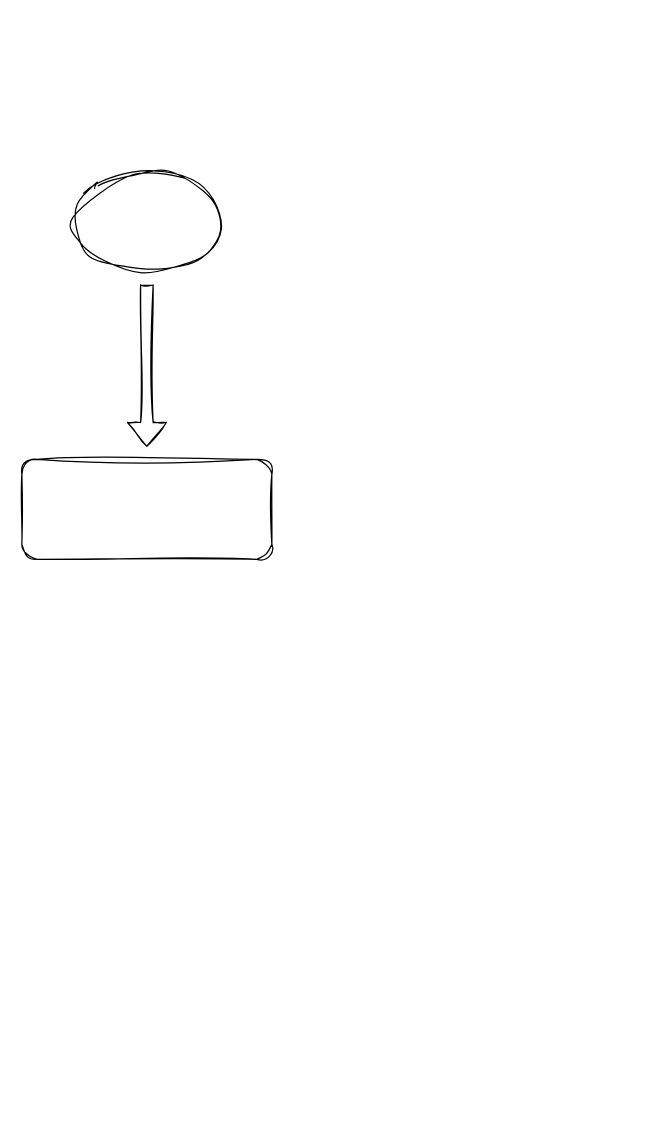
Before: 未命名绘图.drawio in jesseband/drawstash, a draw.io diagram. Source tidied: cells renumbered, new cells numbered last; positions are measured from the earlier drawing's top-left corner, leaving out a move shared by most shapes. Both pictures are drawn from the tidied source at 125%, with x=0, y=0 at pixel (21, 171).
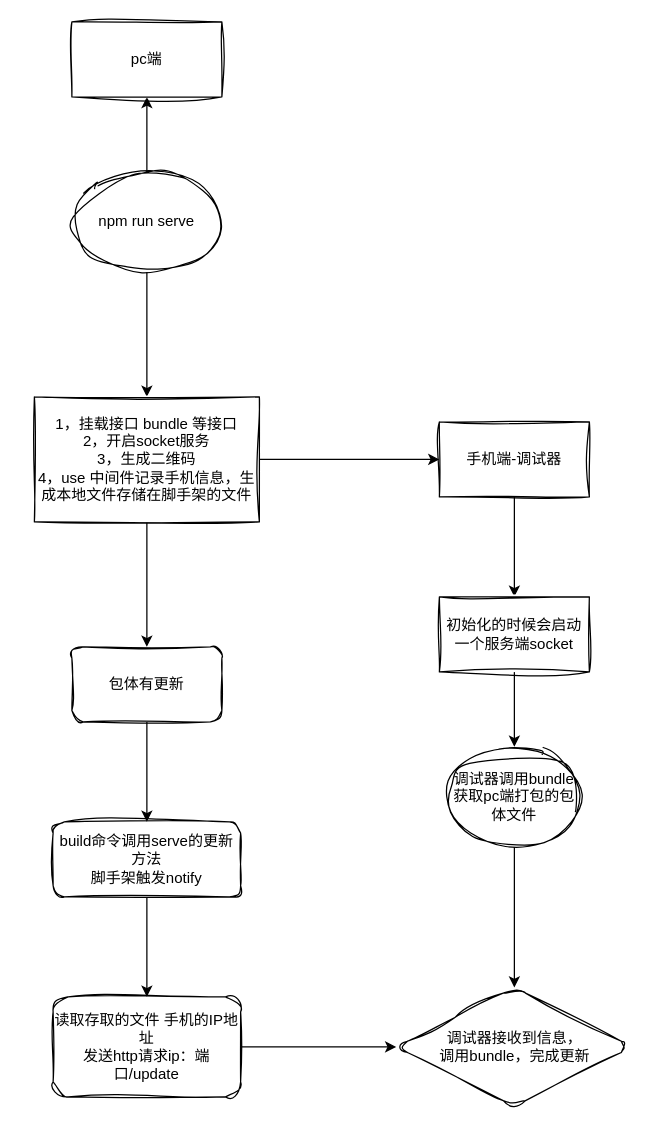
The same page after the edit.

Commit message:
更新未命名绘图.drawio

Diff of the diagram source:
```diff
@@
+    <mxCell id="5" style="edgeStyle=orthogonalEdgeStyle;rounded=0;jettySize=auto;html=1;" parent="1" edge="1" source="2" target="8">
+      <mxGeometry relative="1" as="geometry" />
+    </mxCell>
+    <mxCell id="6" style="edgeStyle=orthogonalEdgeStyle;rounded=0;jettySize=auto;html=1;" parent="1" edge="1" source="2" target="9">
+      <mxGeometry relative="1" as="geometry" />
+    </mxCell>
-    <mxCell id="2" style="ellipse;whiteSpace=wrap;html=1;sketch=1;curveFitting=1;jiggle=2;" parent="1" vertex="1">
+    <mxCell id="2" value="npm run serve" style="ellipse;whiteSpace=wrap;html=1;sketch=1;curveFitting=1;jiggle=2;" parent="1" vertex="1">
       <mxGeometry x="40" width="120" height="80" as="geometry" />
     </mxCell>
-    <mxCell id="3" style="shape=flexArrow;endArrow=classic;html=1;rounded=0;sketch=1;curveFitting=1;jiggle=2;" parent="1" edge="1">
-      <mxGeometry relative="1" as="geometry">
-        <mxPoint x="100" y="90" as="sourcePoint" />
-        <mxPoint x="100" y="220" as="targetPoint" />
-      </mxGeometry>
-    </mxCell>
-    <mxCell id="4" style="rounded=1;whiteSpace=wrap;html=1;sketch=1;curveFitting=1;jiggle=2;" parent="1" vertex="1">
-      <mxGeometry y="230" width="200" height="80" as="geometry" />
-    </mxCell>
+    <mxCell id="7" style="edgeStyle=orthogonalEdgeStyle;rounded=0;jettySize=auto;html=1;" parent="1" edge="1" source="8" target="16">
+      <mxGeometry relative="1" as="geometry" />
+    </mxCell>
+    <mxCell id="8" value="1，挂载接口 bundle 等接口&lt;br style=&quot;border-color: var(--border-color);&quot;&gt;2，开启socket服务&lt;br style=&quot;border-color: var(--border-color);&quot;&gt;3，生成二维码&lt;br&gt;4，use 中间件记录手机信息，生成本地文件存储在脚手架的文件" style="whiteSpace=wrap;html=1;sketch=1;curveFitting=1;jiggle=2;" parent="1" vertex="1">
+      <mxGeometry x="10" y="180" width="180" height="100" as="geometry" />
+    </mxCell>
+    <mxCell id="9" value="pc端" style="whiteSpace=wrap;html=1;sketch=1;curveFitting=1;jiggle=2;" parent="1" vertex="1">
+      <mxGeometry x="40" y="-120" width="120" height="60" as="geometry" />
+    </mxCell>
+    <mxCell id="10" style="edgeStyle=orthogonalEdgeStyle;rounded=0;jettySize=auto;html=1;" parent="1" edge="1" source="11" target="22">
+      <mxGeometry relative="1" as="geometry" />
+    </mxCell>
+    <mxCell id="11" value="手机端-调试器" style="whiteSpace=wrap;html=1;sketch=1;curveFitting=1;jiggle=2;" parent="1" vertex="1">
+      <mxGeometry x="334" y="200" width="120" height="60" as="geometry" />
+    </mxCell>
+    <mxCell id="12" style="edgeStyle=orthogonalEdgeStyle;rounded=0;jettySize=auto;html=1;" parent="1" edge="1" source="13" target="23">
+      <mxGeometry relative="1" as="geometry" />
+    </mxCell>
+    <mxCell id="13" value="调试器调用bundle获取pc端打包的包体文件" style="ellipse;whiteSpace=wrap;html=1;sketch=1;curveFitting=1;jiggle=2;" parent="1" vertex="1">
+      <mxGeometry x="341" y="460" width="106" height="80" as="geometry" />
+    </mxCell>
+    <mxCell id="14" style="endArrow=classic;html=1;rounded=0;entryX=0;entryY=0.5;entryDx=0;entryDy=0;exitX=1;exitY=0.5;exitDx=0;exitDy=0;" parent="1" edge="1" source="8" target="11">
+      <mxGeometry relative="1" as="geometry" />
+    </mxCell>
+    <mxCell id="15" style="edgeStyle=orthogonalEdgeStyle;rounded=0;jettySize=auto;html=1;" parent="1" edge="1" source="16" target="18">
+      <mxGeometry relative="1" as="geometry" />
+    </mxCell>
+    <mxCell id="16" value="包体有更新" style="rounded=1;whiteSpace=wrap;html=1;sketch=1;curveFitting=1;jiggle=2;" parent="1" vertex="1">
+      <mxGeometry x="40" y="380" width="120" height="60" as="geometry" />
+    </mxCell>
+    <mxCell id="17" style="edgeStyle=orthogonalEdgeStyle;rounded=0;jettySize=auto;html=1;" parent="1" edge="1" source="18" target="20">
+      <mxGeometry relative="1" as="geometry" />
+    </mxCell>
+    <mxCell id="18" value="build命令调用serve的更新方法&lt;br&gt;脚手架触发notify" style="whiteSpace=wrap;html=1;rounded=1;sketch=1;curveFitting=1;jiggle=2;" parent="1" vertex="1">
+      <mxGeometry x="25" y="520" width="150" height="60" as="geometry" />
+    </mxCell>
+    <mxCell id="19" style="edgeStyle=orthogonalEdgeStyle;rounded=0;jettySize=auto;html=1;" parent="1" edge="1" source="20" target="23">
+      <mxGeometry relative="1" as="geometry" />
+    </mxCell>
+    <mxCell id="20" value="读取存取的文件 手机的IP地址&lt;br&gt;发送http请求ip：端口/update" style="rounded=1;whiteSpace=wrap;html=1;sketch=1;curveFitting=1;jiggle=2;" parent="1" vertex="1">
+      <mxGeometry x="25" y="660" width="150" height="80" as="geometry" />
+    </mxCell>
+    <mxCell id="21" style="edgeStyle=orthogonalEdgeStyle;rounded=0;jettySize=auto;html=1;" parent="1" edge="1" source="22" target="13">
+      <mxGeometry relative="1" as="geometry" />
+    </mxCell>
+    <mxCell id="22" value="初始化的时候会启动一个服务端socket" style="whiteSpace=wrap;html=1;sketch=1;curveFitting=1;jiggle=2;" parent="1" vertex="1">
+      <mxGeometry x="334" y="340" width="120" height="60" as="geometry" />
+    </mxCell>
+    <mxCell id="23" value="调试器接收到信息，&lt;br&gt;调用bundle，完成更新" style="rhombus;whiteSpace=wrap;html=1;rounded=1;sketch=1;curveFitting=1;jiggle=2;" parent="1" vertex="1">
+      <mxGeometry x="299.5" y="652.5" width="189" height="95" as="geometry" />
+    </mxCell>
```
